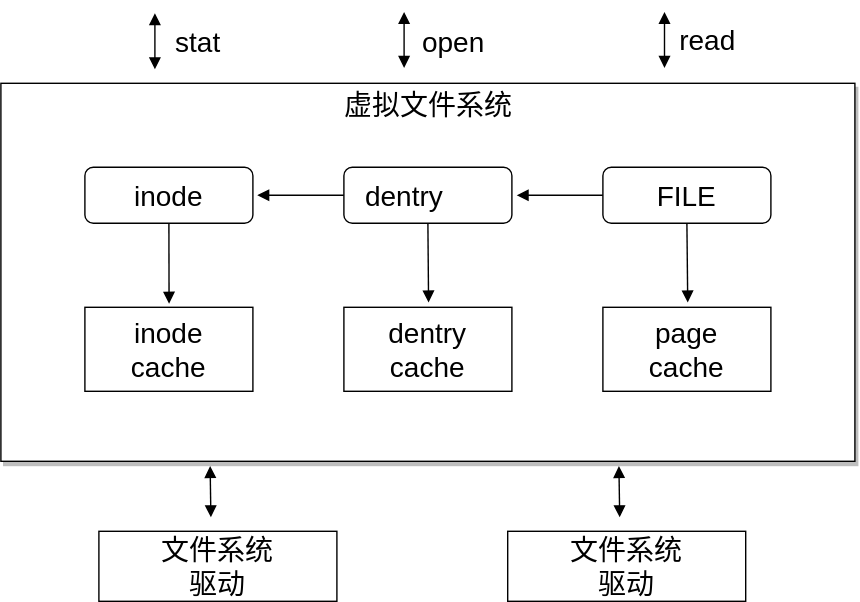
Above: img/lectures/Virtual_Filesystem_Switch.svg in linux-kernel-labs-zh/docs-linux-kernel-labs-zh-cn (draw.io), before the change. Source tidied: cells renumbered, new cells last; positions are measured from the earlier drawing's top-left corner, leaving out a move shared by most shapes. Source of this version:
```xml
<mxGraphModel>
  <root>
    <mxCell id="0" />
    <mxCell id="1" parent="0" />
    <mxCell id="2" style="rounded=0;whiteSpace=wrap;html=1;shadow=1;" parent="1" vertex="1">
      <mxGeometry y="51" width="610" height="270" as="geometry" />
    </mxCell>
    <mxCell id="3" value="虚拟文件系统" style="text;html=1;strokeColor=none;fillColor=none;align=center;verticalAlign=middle;whiteSpace=wrap;rounded=0;fontSize=20;" parent="1" vertex="1">
      <mxGeometry x="237.5" y="51" width="135" height="30" as="geometry" />
    </mxCell>
    <mxCell id="4" style="edgeStyle=none;html=1;exitX=0.5;exitY=1;exitDx=0;exitDy=0;entryX=0.505;entryY=-0.058;entryDx=0;entryDy=0;entryPerimeter=0;fontSize=20;endArrow=block;endFill=1;" parent="1" edge="1" source="6" target="12">
      <mxGeometry relative="1" as="geometry" />
    </mxCell>
    <mxCell id="5" style="edgeStyle=none;html=1;exitX=0;exitY=0.5;exitDx=0;exitDy=0;entryX=1.02;entryY=0.5;entryDx=0;entryDy=0;fontSize=20;entryPerimeter=0;endArrow=block;endFill=1;" parent="1" edge="1" source="6">
      <mxGeometry relative="1" as="geometry">
        <mxPoint x="368.4" y="131" as="targetPoint" />
      </mxGeometry>
    </mxCell>
    <mxCell id="6" value="FILE" style="rounded=1;whiteSpace=wrap;html=1;fontSize=20;" parent="1" vertex="1">
      <mxGeometry x="430" y="111" width="120" height="40" as="geometry" />
    </mxCell>
    <mxCell id="7" style="edgeStyle=none;html=1;exitX=0.5;exitY=1;exitDx=0;exitDy=0;entryX=0.504;entryY=-0.058;entryDx=0;entryDy=0;entryPerimeter=0;fontSize=20;endArrow=block;endFill=1;" parent="1" edge="1" source="9" target="13">
      <mxGeometry relative="1" as="geometry" />
    </mxCell>
    <mxCell id="8" style="edgeStyle=none;html=1;entryX=1.026;entryY=0.499;entryDx=0;entryDy=0;entryPerimeter=0;fontSize=20;endArrow=block;endFill=1;" parent="1" edge="1" source="9" target="11">
      <mxGeometry relative="1" as="geometry" />
    </mxCell>
    <mxCell id="9" value="dentry&lt;span style=&quot;white-space: pre;&quot;&gt;&#9;&lt;/span&gt;" style="rounded=1;whiteSpace=wrap;html=1;fontSize=20;" parent="1" vertex="1">
      <mxGeometry x="245" y="111" width="120" height="40" as="geometry" />
    </mxCell>
    <mxCell id="10" style="edgeStyle=none;html=1;exitX=0.5;exitY=1;exitDx=0;exitDy=0;entryX=0.501;entryY=-0.043;entryDx=0;entryDy=0;entryPerimeter=0;fontSize=20;endArrow=block;endFill=1;" parent="1" edge="1" source="11" target="14">
      <mxGeometry relative="1" as="geometry" />
    </mxCell>
    <mxCell id="11" value="inode" style="rounded=1;whiteSpace=wrap;html=1;fontSize=20;" parent="1" vertex="1">
      <mxGeometry x="60" y="111" width="120" height="40" as="geometry" />
    </mxCell>
    <mxCell id="12" value="page&lt;br&gt;cache" style="rounded=0;whiteSpace=wrap;html=1;fontSize=20;" parent="1" vertex="1">
      <mxGeometry x="430" y="211" width="120" height="60" as="geometry" />
    </mxCell>
    <mxCell id="13" value="dentry&lt;br&gt;cache" style="rounded=0;whiteSpace=wrap;html=1;fontSize=20;" parent="1" vertex="1">
      <mxGeometry x="245" y="211" width="120" height="60" as="geometry" />
    </mxCell>
    <mxCell id="14" value="inode&lt;br&gt;cache" style="rounded=0;whiteSpace=wrap;html=1;fontSize=20;" parent="1" vertex="1">
      <mxGeometry x="60" y="211" width="120" height="60" as="geometry" />
    </mxCell>
    <mxCell id="15" style="endArrow=block;startArrow=block;html=1;fontSize=20;startFill=1;endFill=1;labelPosition=right;verticalLabelPosition=middle;align=left;verticalAlign=middle;" parent="1" edge="1">
      <mxGeometry relative="1" as="geometry">
        <mxPoint x="110" y="41" as="sourcePoint" />
        <mxPoint x="110" y="1" as="targetPoint" />
      </mxGeometry>
    </mxCell>
    <mxCell id="16" value="stat" style="text;html=1;strokeColor=none;fillColor=none;align=center;verticalAlign=middle;whiteSpace=wrap;rounded=0;fontSize=20;" parent="1" vertex="1">
      <mxGeometry x="111" y="6" width="60" height="30" as="geometry" />
    </mxCell>
    <mxCell id="17" style="endArrow=block;startArrow=block;html=1;fontSize=20;startFill=1;endFill=1;labelPosition=right;verticalLabelPosition=middle;align=left;verticalAlign=middle;" parent="1" edge="1">
      <mxGeometry relative="1" as="geometry">
        <mxPoint x="288" y="40" as="sourcePoint" />
        <mxPoint x="288" as="targetPoint" />
      </mxGeometry>
    </mxCell>
    <mxCell id="18" value="open" style="text;html=1;align=center;verticalAlign=middle;strokeColor=none;fillColor=none;fontSize=20;" parent="1" vertex="1">
      <mxGeometry x="288" y="1" width="70" height="40" as="geometry" />
    </mxCell>
    <mxCell id="19" style="endArrow=block;startArrow=block;html=1;fontSize=20;startFill=1;endFill=1;labelPosition=right;verticalLabelPosition=middle;align=left;verticalAlign=middle;" parent="1" edge="1">
      <mxGeometry relative="1" as="geometry">
        <mxPoint x="474" y="40" as="sourcePoint" />
        <mxPoint x="474" as="targetPoint" />
      </mxGeometry>
    </mxCell>
    <mxCell id="20" value="read" style="text;html=1;strokeColor=none;fillColor=none;align=center;verticalAlign=middle;whiteSpace=wrap;rounded=0;fontSize=20;" parent="1" vertex="1">
      <mxGeometry x="475" y="5" width="60" height="30" as="geometry" />
    </mxCell>
    <mxCell id="21" value="文件系统&lt;br&gt;驱动" style="rounded=0;whiteSpace=wrap;html=1;fontSize=20;" parent="1" vertex="1">
      <mxGeometry x="70" y="371" width="170" height="50" as="geometry" />
    </mxCell>
    <mxCell id="22" style="endArrow=block;startArrow=block;html=1;fontSize=20;entryX=0.245;entryY=0.994;entryDx=0;entryDy=0;entryPerimeter=0;endFill=1;startFill=1;" parent="1" edge="1">
      <mxGeometry relative="1" as="geometry">
        <mxPoint x="150" y="361" as="sourcePoint" />
        <mxPoint x="149.4" y="324.4" as="targetPoint" />
      </mxGeometry>
    </mxCell>
    <mxCell id="23" value="文件系统&lt;br&gt;驱动" style="rounded=0;whiteSpace=wrap;html=1;fontSize=20;" parent="1" vertex="1">
      <mxGeometry x="362" y="371" width="170" height="50" as="geometry" />
    </mxCell>
    <mxCell id="24" style="endArrow=block;startArrow=block;html=1;fontSize=20;entryX=0.245;entryY=0.994;entryDx=0;entryDy=0;entryPerimeter=0;endFill=1;startFill=1;" parent="1" edge="1">
      <mxGeometry relative="1" as="geometry">
        <mxPoint x="442" y="361" as="sourcePoint" />
        <mxPoint x="441.4" y="324.4" as="targetPoint" />
      </mxGeometry>
    </mxCell>
  </root>
</mxGraphModel>
```
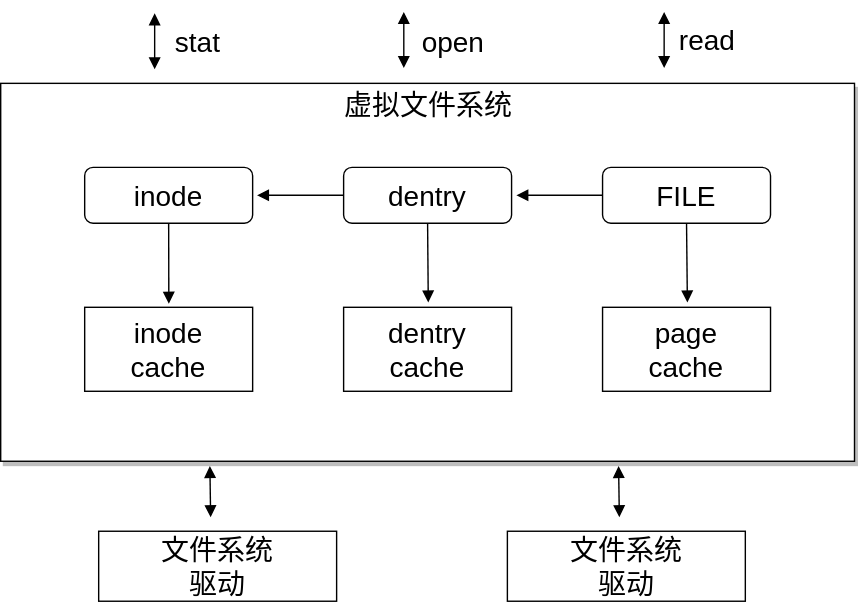
The same file after the commit.

Diff of the diagram source:
```diff
@@ -25,7 +25,7 @@
     <mxCell id="8" style="edgeStyle=none;html=1;entryX=1.026;entryY=0.499;entryDx=0;entryDy=0;entryPerimeter=0;fontSize=20;endArrow=block;endFill=1;" parent="1" edge="1" source="9" target="11">
       <mxGeometry relative="1" as="geometry" />
     </mxCell>
-    <mxCell id="9" value="dentry&lt;span style=&quot;white-space: pre;&quot;&gt;&#9;&lt;/span&gt;" style="rounded=1;whiteSpace=wrap;html=1;fontSize=20;" parent="1" vertex="1">
+    <mxCell id="9" value="dentry" style="rounded=1;whiteSpace=wrap;html=1;fontSize=20;labelPosition=center;verticalLabelPosition=middle;align=center;verticalAlign=middle;" parent="1" vertex="1">
       <mxGeometry x="245" y="111" width="120" height="40" as="geometry" />
     </mxCell>
     <mxCell id="10" style="edgeStyle=none;html=1;exitX=0.5;exitY=1;exitDx=0;exitDy=0;entryX=0.501;entryY=-0.043;entryDx=0;entryDy=0;entryPerimeter=0;fontSize=20;endArrow=block;endFill=1;" parent="1" edge="1" source="11" target="14">
```
